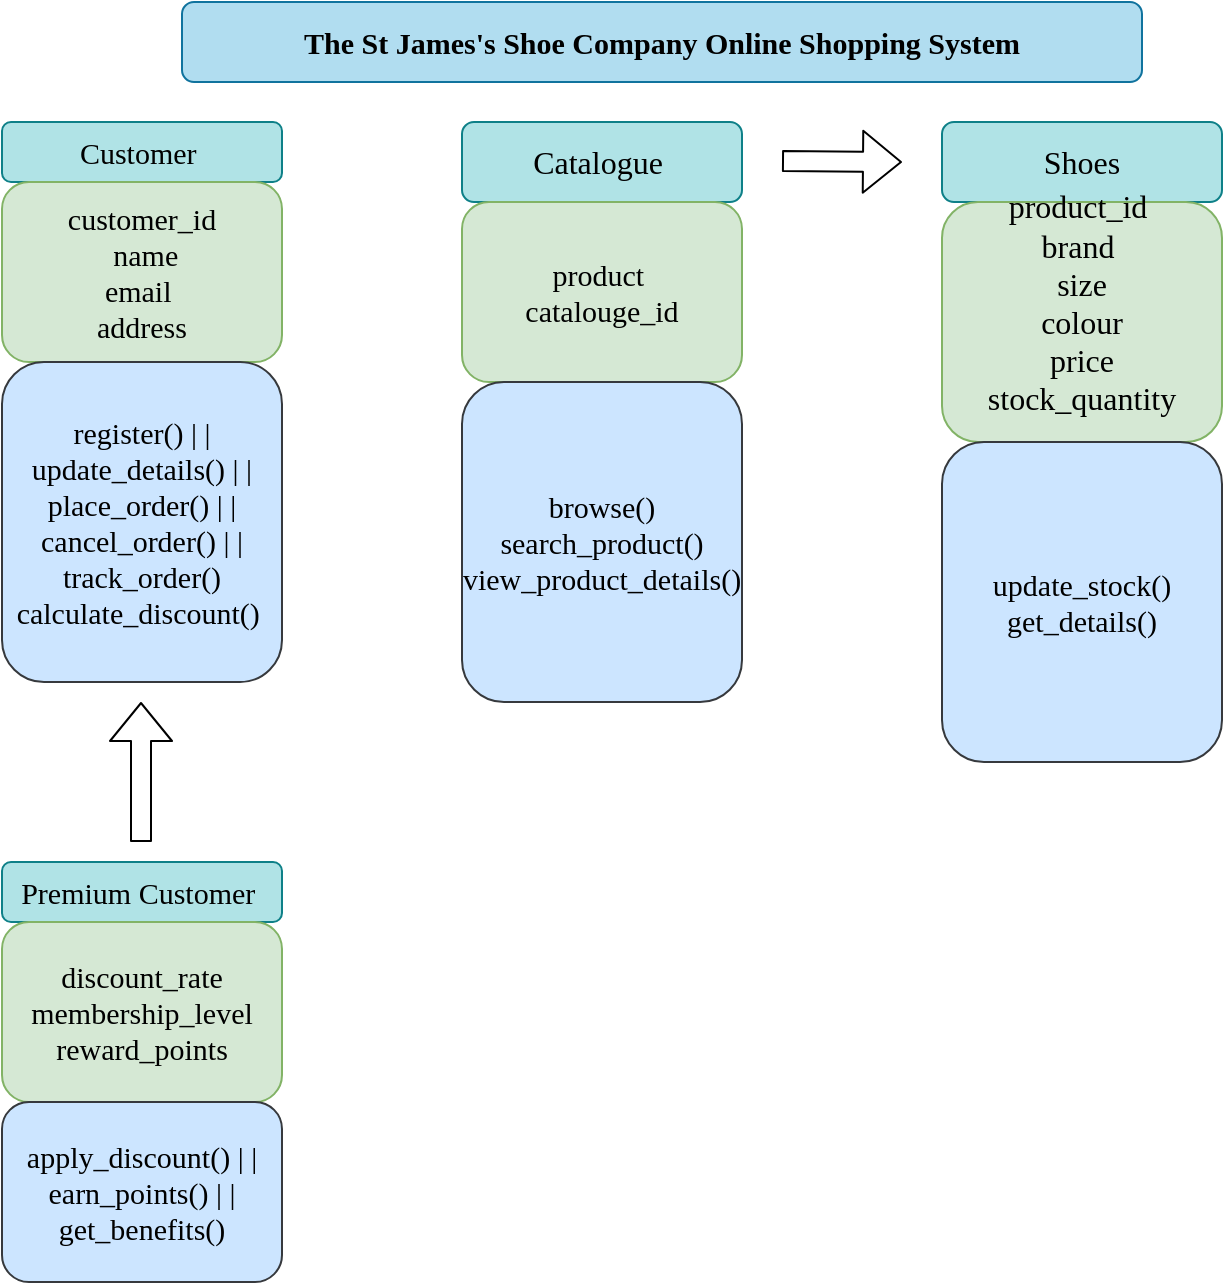
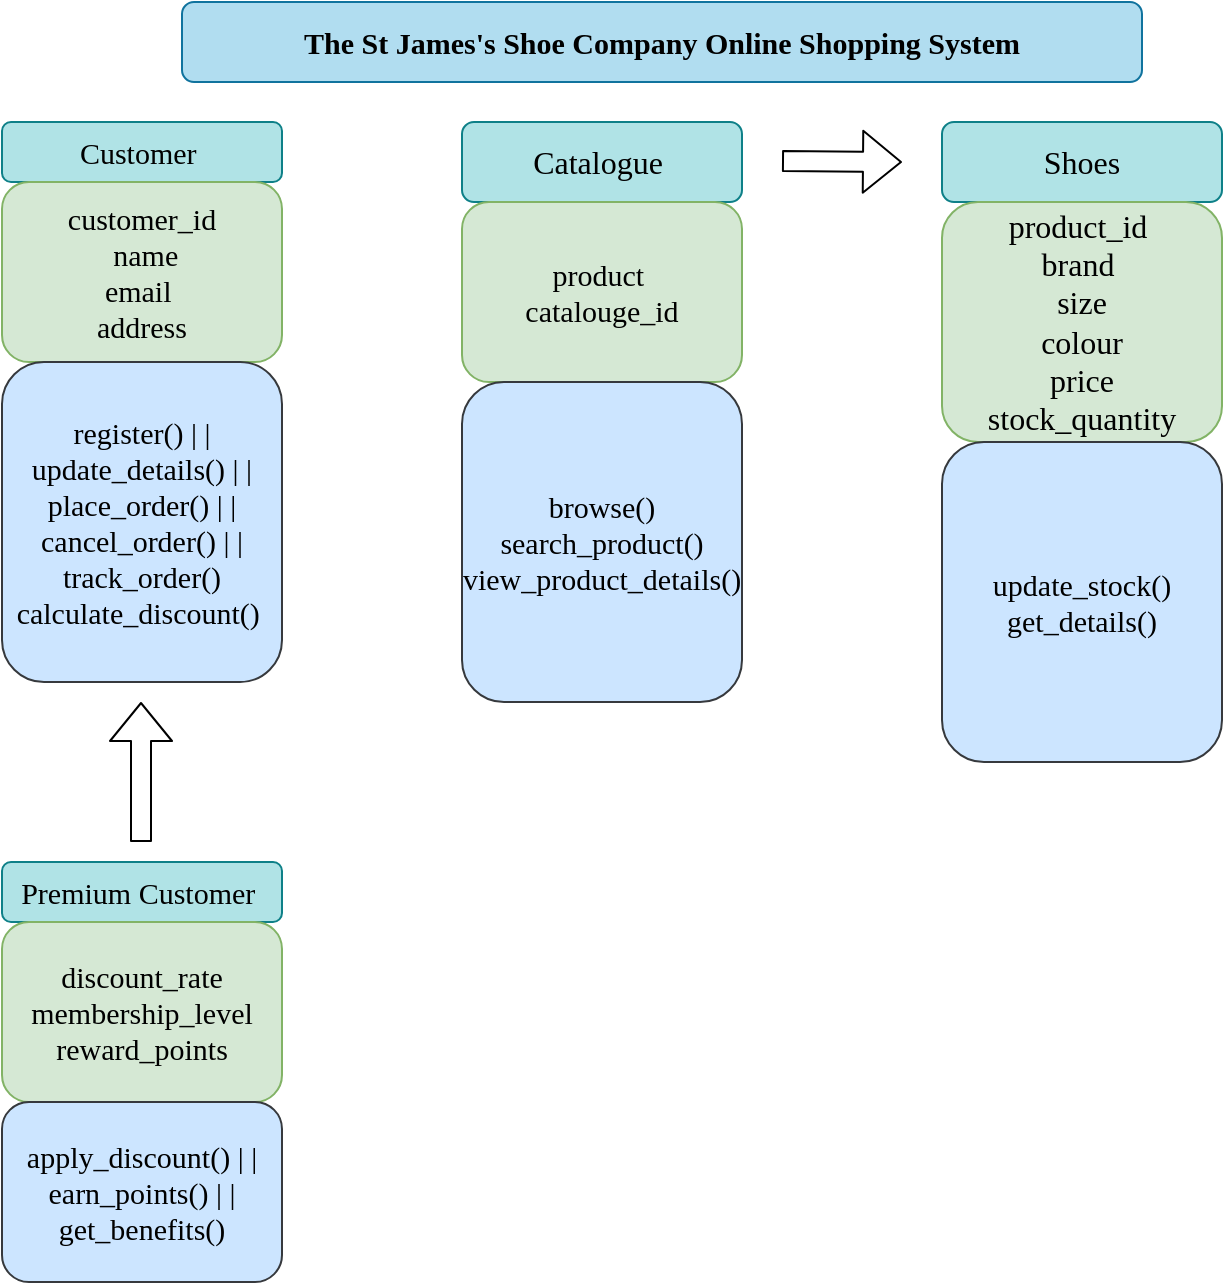
<mxfile host="app.diagrams.net">
  <diagram name="Page-1" id="zBQsa7cZHyROo2B0buzC">
-     <mxGraphModel dx="718" dy="505" grid="1" gridSize="10" guides="1" tooltips="1" connect="1" arrows="1" fold="1" page="1" pageScale="1" pageWidth="1654" pageHeight="2336" background="#FFFFFF" math="0" shadow="0">
+     <mxGraphModel dx="443" dy="619" grid="1" gridSize="10" guides="1" tooltips="1" connect="1" arrows="1" fold="1" page="1" pageScale="1" pageWidth="1654" pageHeight="2336" background="#FFFFFF" math="0" shadow="0">
      <root>
        <mxCell id="0" />
        <mxCell id="1" parent="0" />
        <mxCell id="wbyo3HuhCAC_yU22lBOG-1" parent="1" style="rounded=1;whiteSpace=wrap;html=1;fillColor=#b1ddf0;strokeColor=#10739e;fontFamily=Times New Roman;fontStyle=1;fontSize=15;" value="&lt;span data-token-index=&quot;0&quot; class=&quot;notion-enable-hover&quot; style=&quot;text-align: start;&quot;&gt;The St James&#39;s Shoe Company Online Shopping System&lt;/span&gt;" vertex="1">
          <mxGeometry height="40" width="480" x="110" y="20" as="geometry" />
        </mxCell>
        <mxCell id="wbyo3HuhCAC_yU22lBOG-4" edge="1" parent="1" source="wbyo3HuhCAC_yU22lBOG-2" style="edgeStyle=orthogonalEdgeStyle;rounded=1;orthogonalLoop=1;jettySize=auto;html=1;fontFamily=Times New Roman;fontSize=15;" target="wbyo3HuhCAC_yU22lBOG-3" value="">
          <mxGeometry relative="1" as="geometry" />
        </mxCell>
        <mxCell id="wbyo3HuhCAC_yU22lBOG-2" parent="1" style="rounded=1;whiteSpace=wrap;html=1;fillColor=#b0e3e6;strokeColor=#0e8088;fontFamily=Times New Roman;fontSize=15;" value="&lt;span style=&quot;text-align: start;&quot;&gt;Customer&amp;nbsp;&lt;/span&gt;" vertex="1">
          <mxGeometry height="30" width="140" x="20" y="80" as="geometry" />
        </mxCell>
        <mxCell id="wbyo3HuhCAC_yU22lBOG-3" parent="1" style="whiteSpace=wrap;html=1;rounded=1;fillColor=#d5e8d4;strokeColor=#82b366;fontFamily=Times New Roman;fontSize=15;" value="&lt;span style=&quot;text-align: start;&quot;&gt;customer_id&lt;/span&gt;&lt;div&gt;&lt;span style=&quot;text-align: start;&quot;&gt;&amp;nbsp; name&amp;nbsp;&lt;/span&gt;&lt;/div&gt;&lt;div&gt;&lt;span style=&quot;text-align: start;&quot;&gt;email&amp;nbsp;&lt;/span&gt;&lt;/div&gt;&lt;div&gt;&lt;span style=&quot;text-align: start;&quot;&gt;address&lt;/span&gt;&lt;/div&gt;" vertex="1">
          <mxGeometry height="90" width="140" x="20" y="110" as="geometry" />
        </mxCell>
        <mxCell id="wbyo3HuhCAC_yU22lBOG-5" parent="1" style="rounded=1;whiteSpace=wrap;html=1;fillColor=#cce5ff;strokeColor=#36393d;fontFamily=Times New Roman;fontSize=15;" value="&lt;span style=&quot;caret-color: rgb(0, 0, 0); color: rgb(0, 0, 0); font-style: normal; font-variant-caps: normal; font-weight: 400; letter-spacing: normal; orphans: 2; text-align: start; text-indent: 0px; text-transform: none; white-space: normal; widows: 2; word-spacing: 0px; -webkit-text-stroke-width: 0px; text-decoration: none; float: none; display: inline !important;&quot;&gt;register() | | update_details() | | place_order() | | cancel_order() | | track_order() calculate_discount()&lt;span class=&quot;Apple-converted-space&quot;&gt;&amp;nbsp;&lt;/span&gt;&lt;/span&gt;" vertex="1">
          <mxGeometry height="160" width="140" x="20" y="200" as="geometry" />
        </mxCell>
        <mxCell id="wbyo3HuhCAC_yU22lBOG-6" edge="1" parent="1" style="shape=flexArrow;endArrow=classic;html=1;rounded=1;fontFamily=Times New Roman;fontSize=15;" value="">
          <mxGeometry height="50" relative="1" width="50" as="geometry">
            <Array as="points" />
            <mxPoint x="89.5" y="440" as="sourcePoint" />
            <mxPoint x="89.5" y="370" as="targetPoint" />
          </mxGeometry>
        </mxCell>
        <mxCell id="wbyo3HuhCAC_yU22lBOG-7" parent="1" style="rounded=1;whiteSpace=wrap;html=1;fillColor=#b0e3e6;strokeColor=#0e8088;fontFamily=Times New Roman;fontSize=15;" value="&lt;font&gt;Premium Customer&amp;nbsp;&lt;/font&gt;" vertex="1">
          <mxGeometry height="30" width="140" x="20" y="450" as="geometry" />
        </mxCell>
        <mxCell id="wbyo3HuhCAC_yU22lBOG-8" parent="1" style="rounded=1;whiteSpace=wrap;html=1;fontFamily=Times New Roman;fontSize=15;fillColor=#d5e8d4;strokeColor=#82b366;" value="&lt;span style=&quot;text-align: start;&quot;&gt;discount_rate membership_level &amp;nbsp;reward_points&amp;nbsp;&lt;/span&gt;" vertex="1">
          <mxGeometry height="90" width="140" x="20" y="480" as="geometry" />
        </mxCell>
        <mxCell id="wbyo3HuhCAC_yU22lBOG-9" parent="1" style="rounded=1;whiteSpace=wrap;html=1;fontFamily=Times New Roman;fontSize=15;fillColor=#cce5ff;strokeColor=#36393d;" value="&lt;span style=&quot;caret-color: rgb(0, 0, 0); color: rgb(0, 0, 0); font-style: normal; font-variant-caps: normal; font-weight: 400; letter-spacing: normal; orphans: 2; text-align: start; text-indent: 0px; text-transform: none; white-space: normal; widows: 2; word-spacing: 0px; -webkit-text-stroke-width: 0px; text-decoration: none; float: none; display: inline !important;&quot;&gt;apply_discount() | | earn_points() | | get_benefits()&lt;/span&gt;" vertex="1">
          <mxGeometry height="90" width="140" x="20" y="570" as="geometry" />
        </mxCell>
        <mxCell id="wbyo3HuhCAC_yU22lBOG-10" parent="1" style="rounded=1;whiteSpace=wrap;html=1;fillColor=#b0e3e6;strokeColor=#0e8088;" value="&lt;span style=&quot;font-family: -webkit-standard; font-size: medium; text-align: start;&quot;&gt;Catalogue&amp;nbsp;&lt;/span&gt;" vertex="1">
          <mxGeometry height="40" width="140" x="250" y="80" as="geometry" />
        </mxCell>
        <mxCell id="wbyo3HuhCAC_yU22lBOG-11" parent="1" style="whiteSpace=wrap;html=1;rounded=1;fillColor=#d5e8d4;strokeColor=#82b366;fontFamily=Times New Roman;fontSize=15;" value="product&amp;nbsp;&lt;div&gt;catalouge_id&lt;/div&gt;" vertex="1">
          <mxGeometry height="90" width="140" x="250" y="120" as="geometry" />
        </mxCell>
        <mxCell id="wbyo3HuhCAC_yU22lBOG-12" parent="1" style="rounded=1;whiteSpace=wrap;html=1;fillColor=#cce5ff;strokeColor=#36393d;fontFamily=Times New Roman;fontSize=15;" value="browse()&lt;div&gt;search_product()&lt;/div&gt;&lt;div&gt;view_product_details()&lt;/div&gt;" vertex="1">
          <mxGeometry height="160" width="140" x="250" y="210" as="geometry" />
        </mxCell>
        <mxCell id="wbyo3HuhCAC_yU22lBOG-13" edge="1" parent="1" style="shape=flexArrow;endArrow=classic;html=1;rounded=1;" value="">
          <mxGeometry height="50" relative="1" width="50" as="geometry">
            <mxPoint x="410" y="99.5" as="sourcePoint" />
            <mxPoint x="470" y="100" as="targetPoint" />
          </mxGeometry>
        </mxCell>
        <mxCell id="wbyo3HuhCAC_yU22lBOG-14" parent="1" style="rounded=1;whiteSpace=wrap;html=1;fillColor=#b0e3e6;strokeColor=#0e8088;" value="&lt;span style=&quot;font-family: -webkit-standard; font-size: medium; text-align: start;&quot;&gt;Shoes&lt;/span&gt;" vertex="1">
          <mxGeometry height="40" width="140" x="490" y="80" as="geometry" />
        </mxCell>
-         <mxCell id="wbyo3HuhCAC_yU22lBOG-15" parent="1" style="whiteSpace=wrap;html=1;rounded=1;fillColor=#d5e8d4;strokeColor=#82b366;fontFamily=Times New Roman;fontSize=15;" value="&lt;span style=&quot;font-family: -webkit-standard; font-size: medium; text-align: start;&quot;&gt;product_id&amp;nbsp;&lt;/span&gt;&lt;br&gt;&lt;div&gt;&lt;span style=&quot;font-family: -webkit-standard; font-size: medium; text-align: start;&quot;&gt;brand&amp;nbsp;&lt;/span&gt;&lt;span style=&quot;font-family: -webkit-standard; font-size: medium; text-align: start;&quot;&gt;&lt;br&gt;&lt;/span&gt;&lt;/div&gt;&lt;div&gt;&lt;span style=&quot;font-family: -webkit-standard; font-size: medium; text-align: start;&quot;&gt;size&lt;/span&gt;&lt;/div&gt;&lt;div&gt;&lt;span style=&quot;font-family: -webkit-standard; font-size: medium; text-align: start;&quot;&gt;colour&lt;/span&gt;&lt;/div&gt;&lt;div&gt;&lt;span style=&quot;font-family: -webkit-standard; font-size: medium; text-align: start;&quot;&gt;price&lt;/span&gt;&lt;/div&gt;&lt;div&gt;&lt;span style=&quot;font-family: -webkit-standard; font-size: medium; text-align: start;&quot;&gt;stock_quantity&lt;/span&gt;&lt;/div&gt;&lt;div&gt;&lt;span style=&quot;font-family: -webkit-standard; font-size: medium; text-align: start;&quot;&gt;&lt;br&gt;&lt;/span&gt;&lt;/div&gt;" vertex="1">
+         <mxCell id="wbyo3HuhCAC_yU22lBOG-15" parent="1" style="whiteSpace=wrap;html=1;rounded=1;fillColor=#d5e8d4;strokeColor=#82b366;fontFamily=Times New Roman;fontSize=15;" value="&lt;div&gt;&lt;span style=&quot;font-family: -webkit-standard; font-size: medium; text-align: start;&quot;&gt;&lt;br&gt;&lt;/span&gt;&lt;/div&gt;&lt;span style=&quot;font-family: -webkit-standard; font-size: medium; text-align: start;&quot;&gt;product_id&amp;nbsp;&lt;/span&gt;&lt;br&gt;&lt;div&gt;&lt;span style=&quot;font-family: -webkit-standard; font-size: medium; text-align: start;&quot;&gt;brand&amp;nbsp;&lt;/span&gt;&lt;span style=&quot;font-family: -webkit-standard; font-size: medium; text-align: start;&quot;&gt;&lt;br&gt;&lt;/span&gt;&lt;/div&gt;&lt;div&gt;&lt;span style=&quot;font-family: -webkit-standard; font-size: medium; text-align: start;&quot;&gt;size&lt;/span&gt;&lt;/div&gt;&lt;div&gt;&lt;span style=&quot;font-family: -webkit-standard; font-size: medium; text-align: start;&quot;&gt;colour&lt;/span&gt;&lt;/div&gt;&lt;div&gt;&lt;span style=&quot;font-family: -webkit-standard; font-size: medium; text-align: start;&quot;&gt;price&lt;/span&gt;&lt;/div&gt;&lt;div&gt;&lt;span style=&quot;font-family: -webkit-standard; font-size: medium; text-align: start;&quot;&gt;stock_quantity&lt;/span&gt;&lt;/div&gt;&lt;div&gt;&lt;span style=&quot;font-family: -webkit-standard; font-size: medium; text-align: start;&quot;&gt;&lt;br&gt;&lt;/span&gt;&lt;/div&gt;" vertex="1">
          <mxGeometry height="120" width="140" x="490" y="120" as="geometry" />
        </mxCell>
        <mxCell id="wbyo3HuhCAC_yU22lBOG-16" parent="1" style="rounded=1;whiteSpace=wrap;html=1;fillColor=#cce5ff;strokeColor=#36393d;fontFamily=Times New Roman;fontSize=15;" value="update_stock()&lt;div&gt;get_details()&lt;/div&gt;" vertex="1">
          <mxGeometry height="160" width="140" x="490" y="240" as="geometry" />
        </mxCell>
      </root>
    </mxGraphModel>
  </diagram>
</mxfile>
